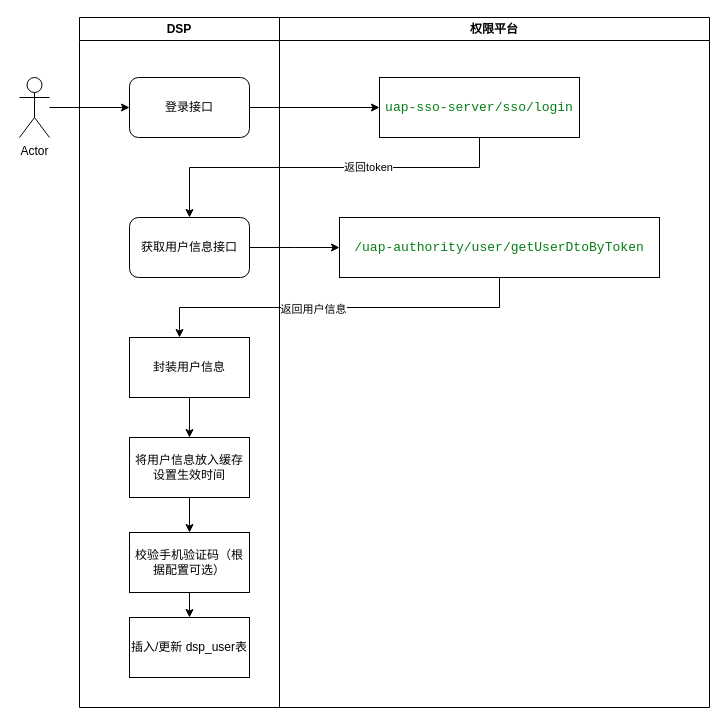
Above: login.drawio in huankong/processon (draw.io), before the change. Source tidied: cells renumbered, new cells numbered last; positions are measured from the earlier drawing's top-left corner, leaving out a move shared by most shapes. Both pictures are drawn from the tidied source at 100%, with x=0, y=0 at pixel (19, 17).
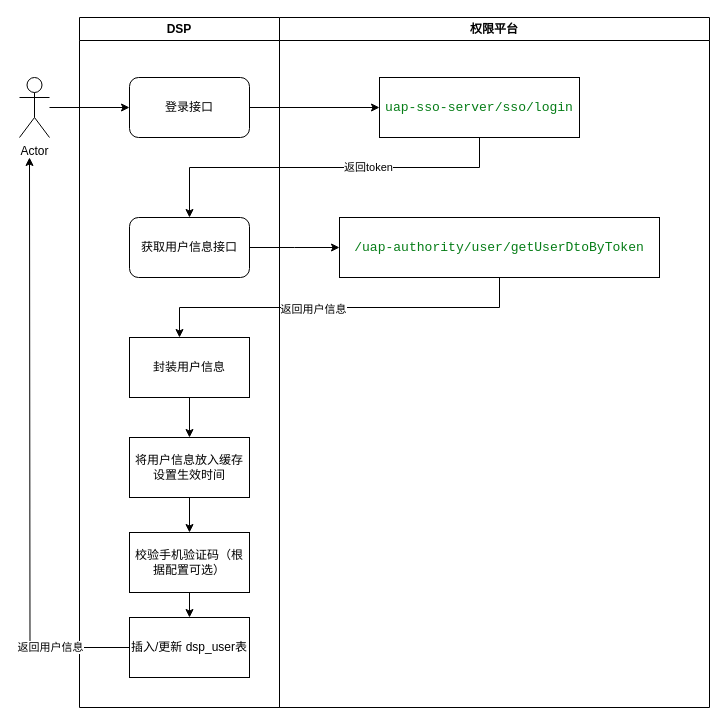
The same page after the edit.

Unchanged cells that the change refers to:
```xml
<mxCell id="16" value="插入/更新 dsp_user表" style="whiteSpace=wrap;html=1;rounded=0;" parent="7" vertex="1">
  <mxGeometry x="50" y="600" width="120" height="60" as="geometry" />
</mxCell>
```

Diff of the diagram source:
```diff
@@
+    <mxCell id="23" style="edgeStyle=orthogonalEdgeStyle;rounded=0;jettySize=auto;html=1;" parent="1" edge="1" source="16">
+      <mxGeometry relative="1" as="geometry">
+        <mxPoint x="10" y="140" as="targetPoint" />
+      </mxGeometry>
+    </mxCell>
+    <mxCell id="24" value="返回用户信息" style="edgeLabel;html=1;align=center;verticalAlign=middle;" parent="23" vertex="1">
+      <mxGeometry x="-0.73" y="-1" relative="1" as="geometry" />
+    </mxCell>
```
